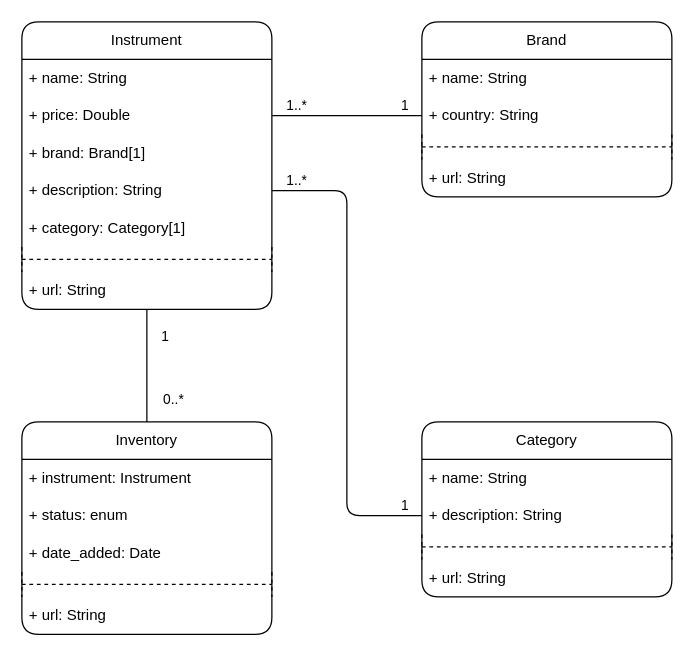
The draw.io diagram specification/database-diagram.drawio in davmedeiros/inventory-application, before the edit. Source tidied: cells renumbered, new cells numbered last; positions are measured from the earlier drawing's top-left corner, leaving out a move shared by most shapes. Both pictures are drawn from the tidied source at 125%, with x=0, y=0 at pixel (21, 21).
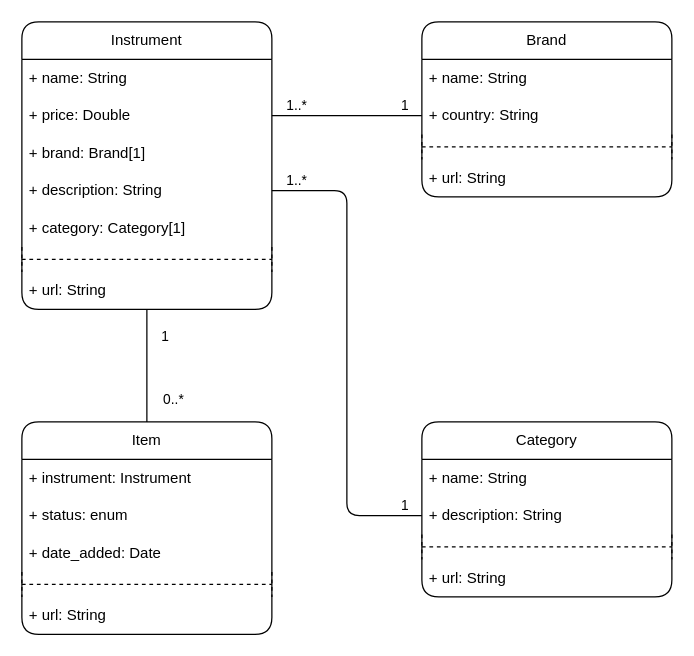
The same diagram, later.

Commit message (it also covers changes not shown here):
Rename Inventory collection to item

- Makes naming more coherent

What changed in the source:
```diff
@@
-    <mxCell id="26" value="Inventory" style="swimlane;fontStyle=0;horizontal=1;startSize=30;whiteSpace=wrap;html=1;rounded=1;swimlaneLine=1;shadow=0;strokeColor=default;" parent="1" vertex="1">
+    <mxCell id="26" value="Item" style="swimlane;fontStyle=0;horizontal=1;startSize=30;whiteSpace=wrap;html=1;rounded=1;swimlaneLine=1;shadow=0;strokeColor=default;" parent="1" vertex="1">
       <mxGeometry y="320" width="200" height="170" as="geometry" />
     </mxCell>
```
